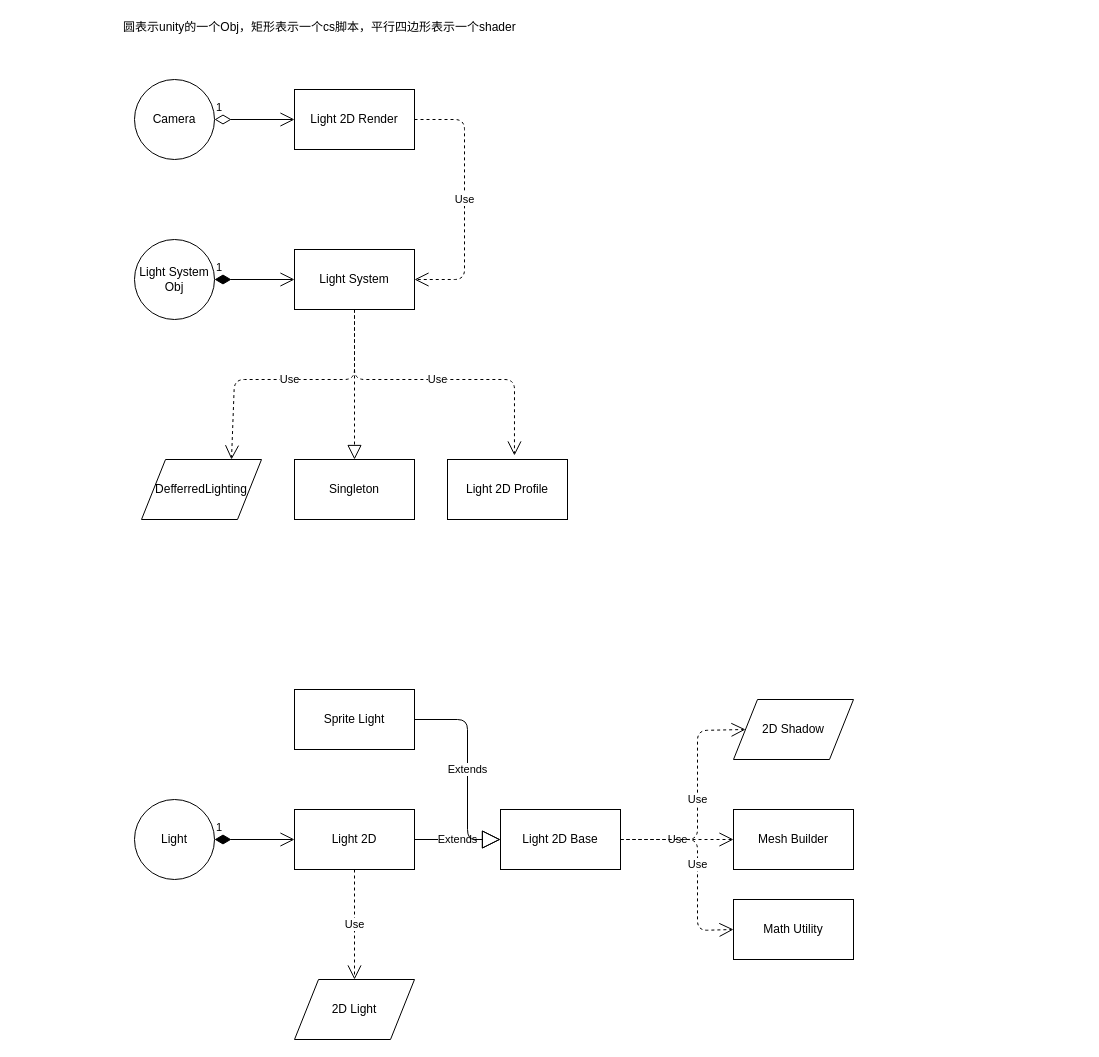
Before: 2DLight.drawio in gatzai/DrawioStorage, a draw.io diagram. Source tidied: cells renumbered, new cells numbered last; positions are measured from the earlier drawing's top-left corner, leaving out a move shared by most shapes. Both pictures are drawn from the tidied source at 100%, with x=0, y=0 at pixel (121, 17).
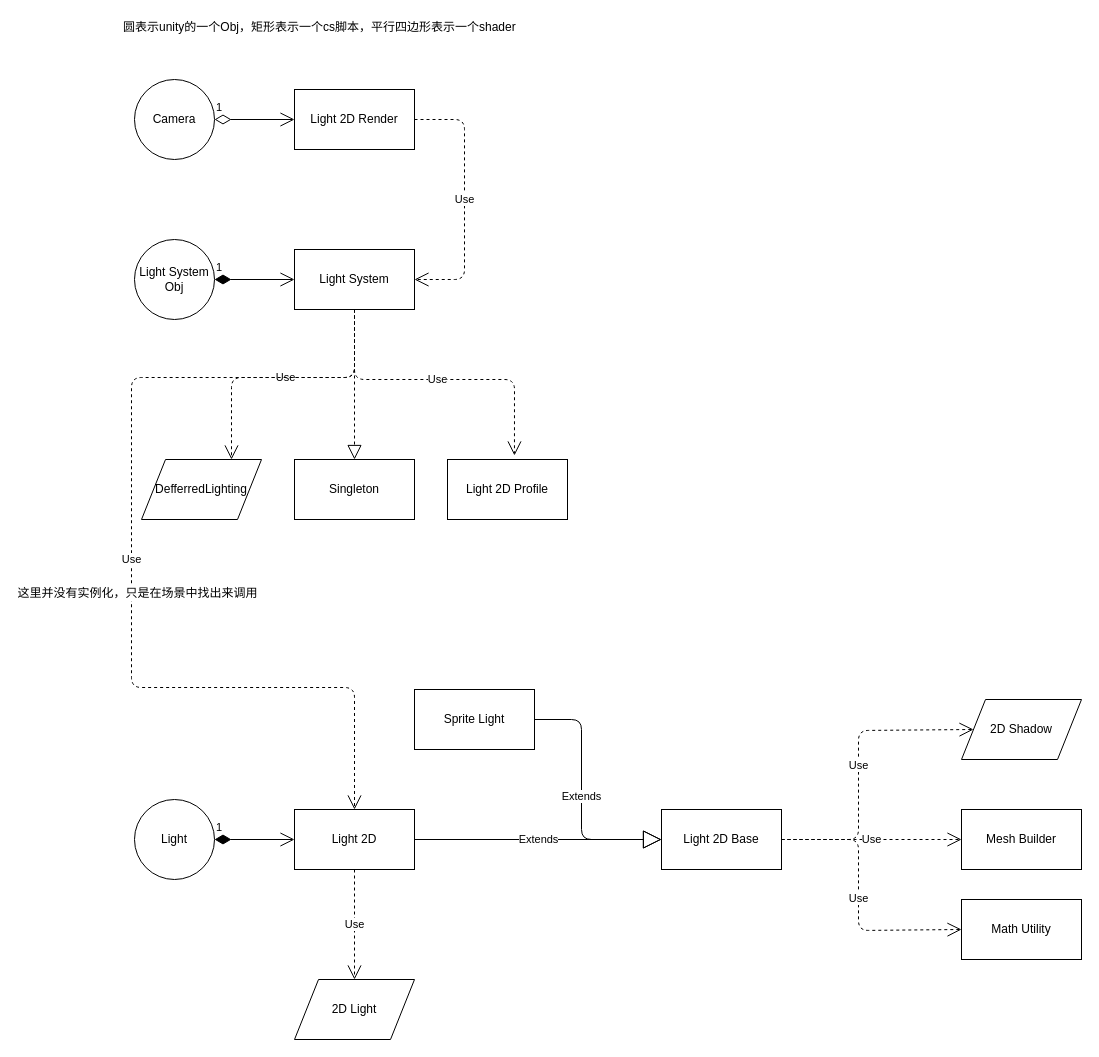
The same page after the edit.

The change refers to these unchanged cells:
```xml
<mxCell id="3" value="Light 2D&lt;br&gt;" style="rounded=0;whiteSpace=wrap;html=1;" parent="1" vertex="1">
  <mxGeometry x="173" y="792" width="120" height="60" as="geometry" />
</mxCell>
<mxCell id="4" value="Light System&lt;br&gt;" style="rounded=0;whiteSpace=wrap;html=1;" parent="1" vertex="1">
  <mxGeometry x="173" y="232" width="120" height="60" as="geometry" />
</mxCell>
<mxCell id="15" value="&lt;span&gt;DefferredLighting&lt;/span&gt;" style="shape=parallelogram;perimeter=parallelogramPerimeter;whiteSpace=wrap;html=1;" parent="1" vertex="1">
  <mxGeometry x="20" y="442" width="120" height="60" as="geometry" />
</mxCell>
```

Change to the diagram source:
```diff
@@
     <mxCell id="16" value="Use" style="endArrow=open;endSize=12;dashed=1;html=1;exitX=0.5;exitY=1;exitDx=0;exitDy=0;entryX=0.75;entryY=0;entryDx=0;entryDy=0;" parent="1" edge="1" source="4" target="15">
       <mxGeometry relative="1" as="geometry">
         <Array as="points">
-          <mxPoint x="233" y="362" />
-          <mxPoint x="113" y="362" />
+          <mxPoint x="233" y="360" />
+          <mxPoint x="110" y="360" />
         </Array>
       </mxGeometry>
     </mxCell>
@@
     <mxCell id="19" value="Sprite Light&lt;br&gt;" style="rounded=0;whiteSpace=wrap;html=1;" parent="1" vertex="1">
-      <mxGeometry x="173" y="672" width="120" height="60" as="geometry" />
+      <mxGeometry x="293" y="672" width="120" height="60" as="geometry" />
     </mxCell>
     <mxCell id="20" value="Light 2D Base&lt;br&gt;" style="rounded=0;whiteSpace=wrap;html=1;" parent="1" vertex="1">
-      <mxGeometry x="379" y="792" width="120" height="60" as="geometry" />
+      <mxGeometry x="540" y="792" width="120" height="60" as="geometry" />
     </mxCell>
@@
     <mxCell id="22" value="&lt;span&gt;2D Shadow&lt;/span&gt;" style="shape=parallelogram;perimeter=parallelogramPerimeter;whiteSpace=wrap;html=1;" parent="1" vertex="1">
-      <mxGeometry x="612" y="682" width="120" height="60" as="geometry" />
+      <mxGeometry x="840" y="682" width="120" height="60" as="geometry" />
     </mxCell>
@@
     <mxCell id="24" value="Mesh Builder&lt;br&gt;" style="rounded=0;whiteSpace=wrap;html=1;" parent="1" vertex="1">
-      <mxGeometry x="612" y="792" width="120" height="60" as="geometry" />
+      <mxGeometry x="840" y="792" width="120" height="60" as="geometry" />
     </mxCell>
     <mxCell id="25" value="Math Utility&lt;br&gt;" style="rounded=0;whiteSpace=wrap;html=1;" parent="1" vertex="1">
-      <mxGeometry x="612" y="882" width="120" height="60" as="geometry" />
+      <mxGeometry x="840" y="882" width="120" height="60" as="geometry" />
     </mxCell>
@@
     <mxCell id="27" value="Use" style="endArrow=open;endSize=12;dashed=1;html=1;exitX=1;exitY=0.5;exitDx=0;exitDy=0;entryX=0;entryY=0.5;entryDx=0;entryDy=0;" parent="1" edge="1" source="20" target="22">
       <mxGeometry relative="1" as="geometry">
         <Array as="points">
-          <mxPoint x="576" y="822" />
-          <mxPoint x="576" y="713" />
+          <mxPoint x="737" y="822" />
+          <mxPoint x="737" y="713" />
         </Array>
       </mxGeometry>
     </mxCell>
     <mxCell id="28" value="Use" style="endArrow=open;endSize=12;dashed=1;html=1;exitX=1;exitY=0.5;exitDx=0;exitDy=0;entryX=0;entryY=0.5;entryDx=0;entryDy=0;" parent="1" edge="1" source="20" target="25">
       <mxGeometry relative="1" as="geometry">
         <Array as="points">
-          <mxPoint x="576" y="822" />
-          <mxPoint x="576" y="913" />
+          <mxPoint x="737" y="822" />
+          <mxPoint x="737" y="913" />
         </Array>
       </mxGeometry>
     </mxCell>
     <mxCell id="29" value="Extends" style="endArrow=block;endSize=16;endFill=0;html=1;exitX=1;exitY=0.5;exitDx=0;exitDy=0;entryX=0;entryY=0.5;entryDx=0;entryDy=0;" parent="1" edge="1" source="19" target="20">
       <mxGeometry relative="1" as="geometry">
         <Array as="points">
-          <mxPoint x="346" y="702" />
-          <mxPoint x="346" y="822" />
+          <mxPoint x="460" y="702" />
+          <mxPoint x="460" y="822" />
         </Array>
       </mxGeometry>
     </mxCell>
@@
+    <mxCell id="31" value="Use" style="endArrow=open;endSize=12;dashed=1;html=1;entryX=0.5;entryY=0;entryDx=0;entryDy=0;exitX=0.5;exitY=1;exitDx=0;exitDy=0;" parent="1" edge="1" source="4" target="3">
+      <mxGeometry relative="1" as="geometry">
+        <Array as="points">
+          <mxPoint x="233" y="360" />
+          <mxPoint x="10" y="360" />
+          <mxPoint x="10" y="670" />
+          <mxPoint x="233" y="670" />
+        </Array>
+      </mxGeometry>
+    </mxCell>
+    <mxCell id="32" value="这里并没有实例化，只是在场景中找出来调用" style="text;html=1;align=center;verticalAlign=middle;labelBackgroundColor=#ffffff;" parent="31" vertex="1">
+      <mxGeometry x="0.07" y="5" relative="1" as="geometry" />
+    </mxCell>
```
